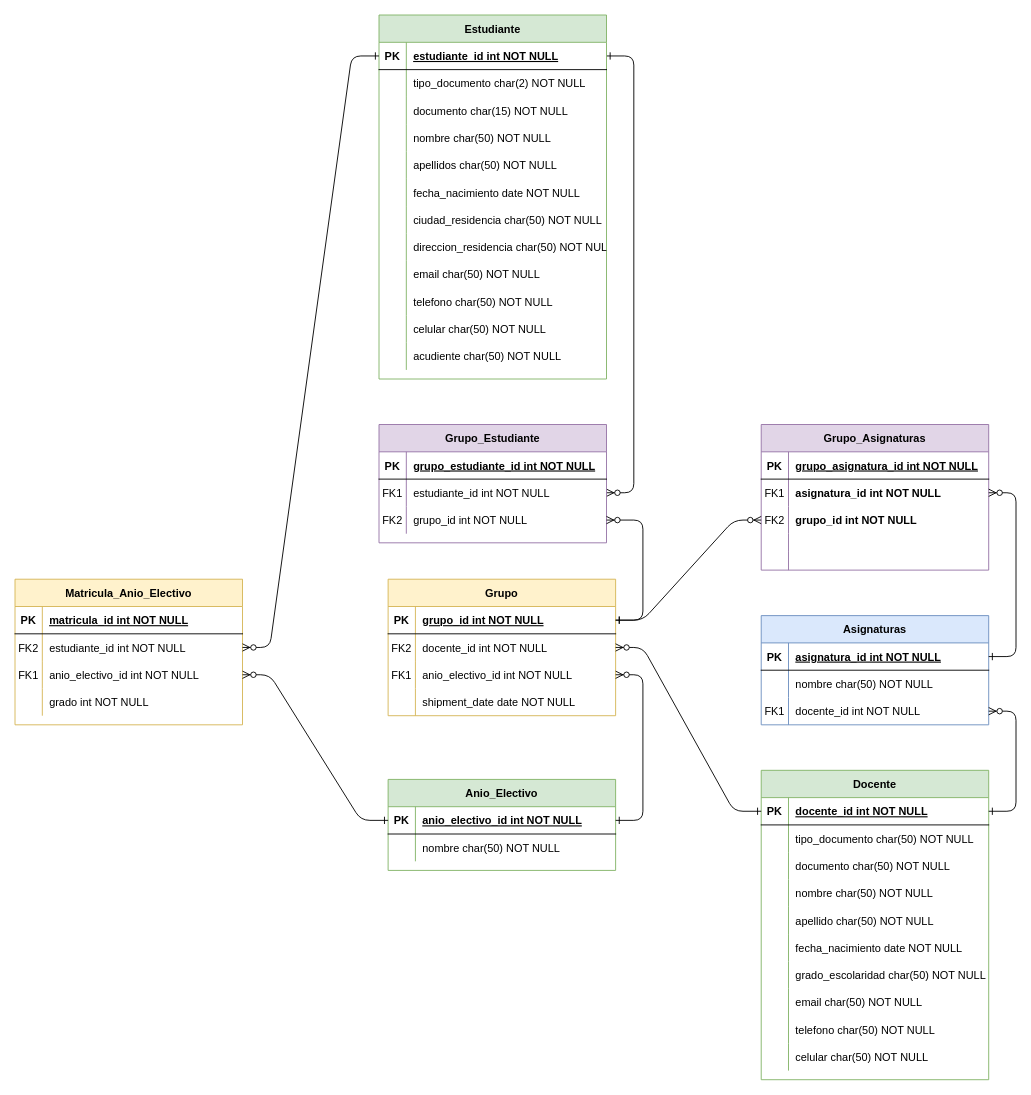
habolanos/sanchez-inc keeps this draw.io diagram as Instituto.drawio. Above is the earlier version. Source tidied: cells renumbered, new cells numbered last; positions are measured from the earlier drawing's top-left corner, leaving out a move shared by most shapes. Both pictures are drawn from the tidied source at 91%, with x=0, y=0 at pixel (15, 15).
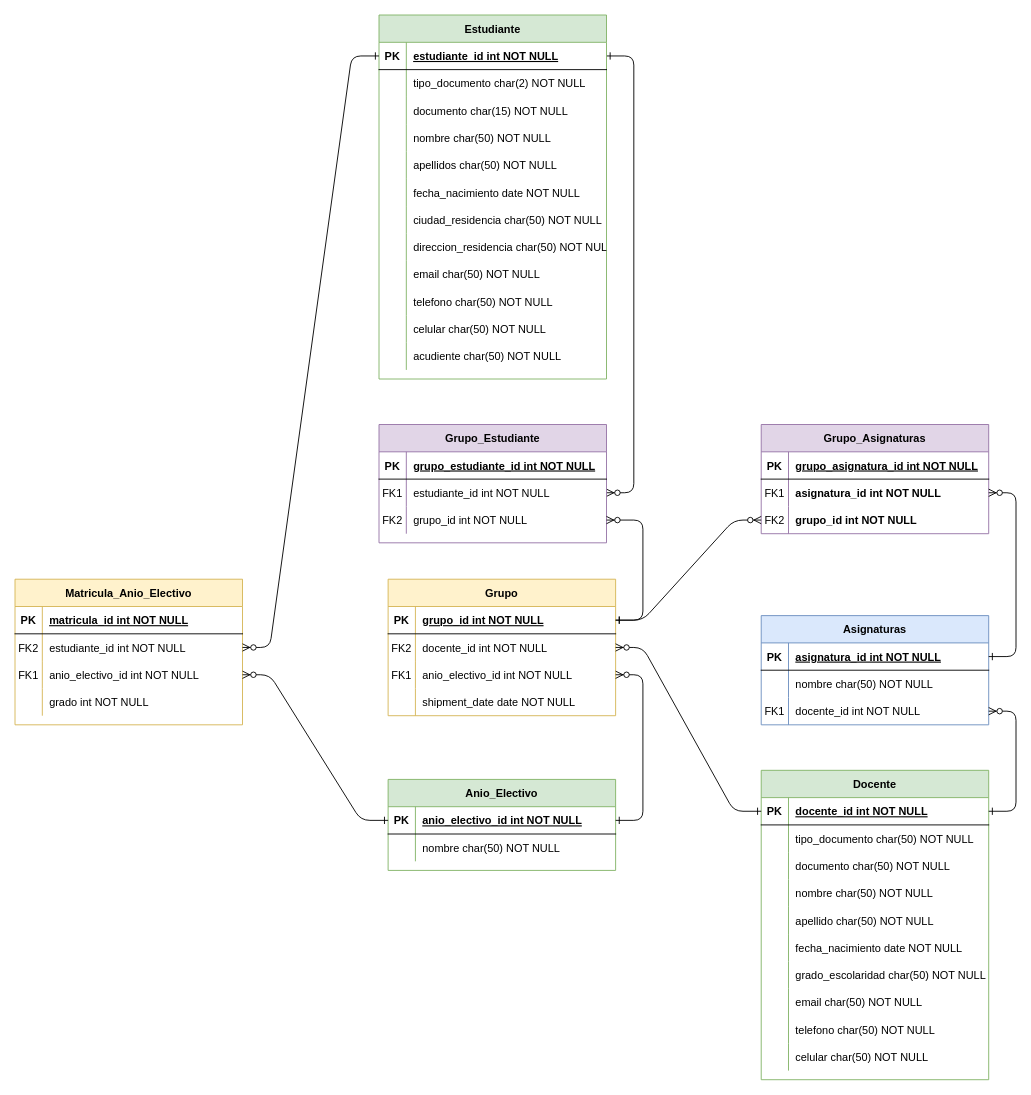
Above is the later version.

What changed in the source:
```diff
@@
     <mxCell id="103" value="Grupo_Asignaturas" style="shape=table;startSize=30;childLayout=tableLayout;rowLines=0;fontStyle=1;align=center;fillColor=#e1d5e7;strokeColor=#9673a6;" parent="1" vertex="1">
-      <mxGeometry x="820" y="450" width="250" height="160" as="geometry" />
+      <mxGeometry x="820" y="450" width="250" height="120" as="geometry" />
     </mxCell>
@@
-    <mxCell id="113" style="shape=partialRectangle;fillColor=none;top=0;left=0;right=0;bottom=0;" parent="103" vertex="1">
-      <mxGeometry y="120" width="250" height="20" as="geometry" />
-    </mxCell>
-    <mxCell id="114" style="shape=partialRectangle;overflow=hidden;fillColor=none;top=0;left=0;bottom=0;right=0;" parent="113" vertex="1">
-      <mxGeometry width="30" height="20" as="geometry" />
-    </mxCell>
-    <mxCell id="115" style="shape=partialRectangle;overflow=hidden;fillColor=none;top=0;left=0;bottom=0;right=0;align=left;spacingLeft=6;fontStyle=1;" parent="113" vertex="1">
-      <mxGeometry x="30" width="220" height="20" as="geometry" />
-    </mxCell>
-    <mxCell id="116" style="shape=partialRectangle;fillColor=none;top=0;left=0;right=0;bottom=0;" parent="103" vertex="1">
-      <mxGeometry y="140" width="250" height="20" as="geometry" />
-    </mxCell>
-    <mxCell id="117" style="shape=partialRectangle;overflow=hidden;fillColor=none;top=0;left=0;bottom=0;right=0;" parent="116" vertex="1">
-      <mxGeometry width="30" height="20" as="geometry" />
-    </mxCell>
-    <mxCell id="118" style="shape=partialRectangle;overflow=hidden;fillColor=none;top=0;left=0;bottom=0;right=0;align=left;spacingLeft=6;fontStyle=1;" parent="116" vertex="1">
-      <mxGeometry x="30" width="220" height="20" as="geometry" />
-    </mxCell>
```
